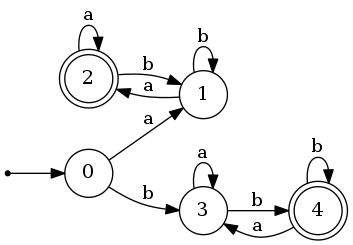
Before: resultat.png, a diagram exported from Graphviz (JennyNg943/TheorieLangage). Its source is kept beside it as resultat.gv.
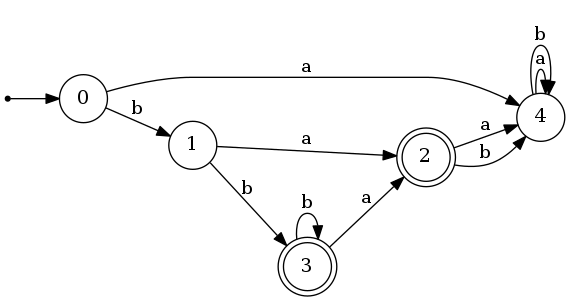
The same diagram one commit later.

The edit, as a diff of the source:
```diff
@@ -2,20 +2,20 @@
 	rankdir=LR;
   	size="10,10"
 
-	node [shape = doublecircle]; 2 4 ;
+	node [shape = doublecircle]; 2 3 ;
 	node [shape = point ]; q;
 	node [shape = circle];
 
 	q -> 0;
-	0 -> 1 [label = "a"];
-	0 -> 3 [label = "b"];
+	0 -> 4 [label = "a"];
+	0 -> 1 [label = "b"];
 	1 -> 2 [label = "a"];
-	1 -> 1 [label = "b"];
-	2 -> 2 [label = "a"];
-	2 -> 1 [label = "b"];
-	3 -> 3 [label = "a"];
-	3 -> 4 [label = "b"];
-	4 -> 3 [label = "a"];
+	1 -> 3 [label = "b"];
+	2 -> 4 [label = "a"];
+	2 -> 4 [label = "b"];
+	3 -> 2 [label = "a"];
+	3 -> 3 [label = "b"];
+	4 -> 4 [label = "a"];
 	4 -> 4 [label = "b"];
 
 
```
